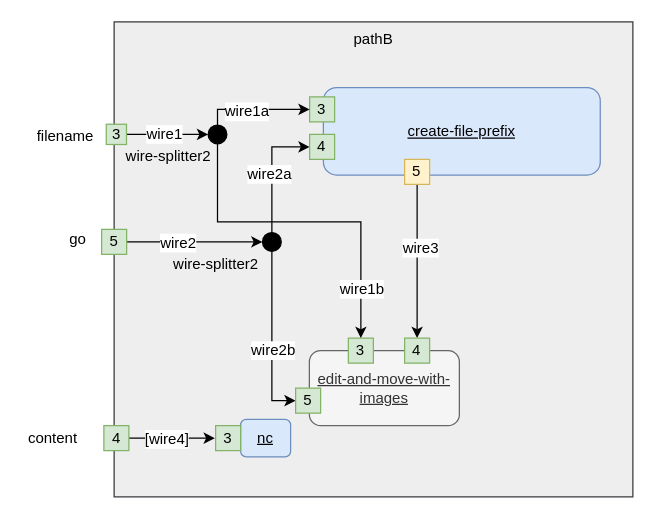
The draw.io diagram page "pathB" (8 of 8) of Implementation-Scrivener-to-Jekyll.drawio in guitarvydas/scrivener-to-jekyll, before the edit. Source tidied: cells renumbered, new cells numbered last; positions are measured from the earlier drawing's top-left corner, leaving out a move shared by most shapes. Both pictures are drawn from the tidied source at 125%, with x=0, y=0 at pixel (21, 21).
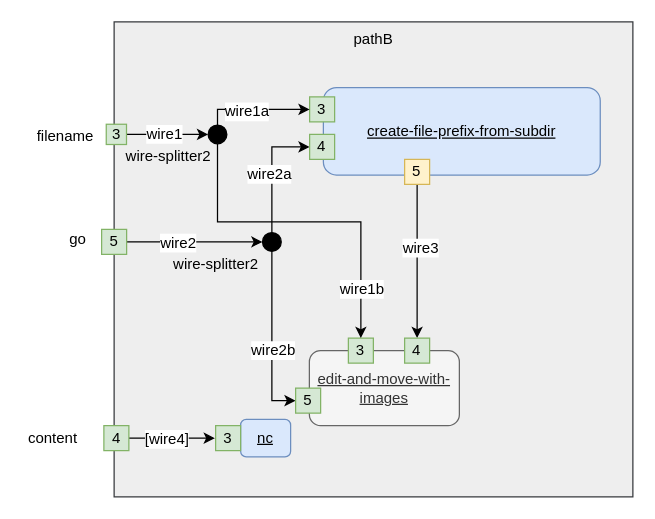
The same page after the edit.

Change to the diagram source:
```diff
@@
-    <mxCell id="5" value="&lt;u&gt;create-file-prefix&lt;/u&gt;" style="rounded=1;whiteSpace=wrap;html=1;shadow=0;align=center;fillColor=#dae8fc;strokeColor=#6c8ebf;" parent="1" vertex="1">
+    <mxCell id="5" value="&lt;u&gt;create-file-prefix-from-subdir&lt;/u&gt;" style="rounded=1;whiteSpace=wrap;html=1;shadow=0;align=center;fillColor=#dae8fc;strokeColor=#6c8ebf;" parent="1" vertex="1">
       <mxGeometry x="241.2" y="52.5" width="221.5" height="70" as="geometry" />
     </mxCell>
```
